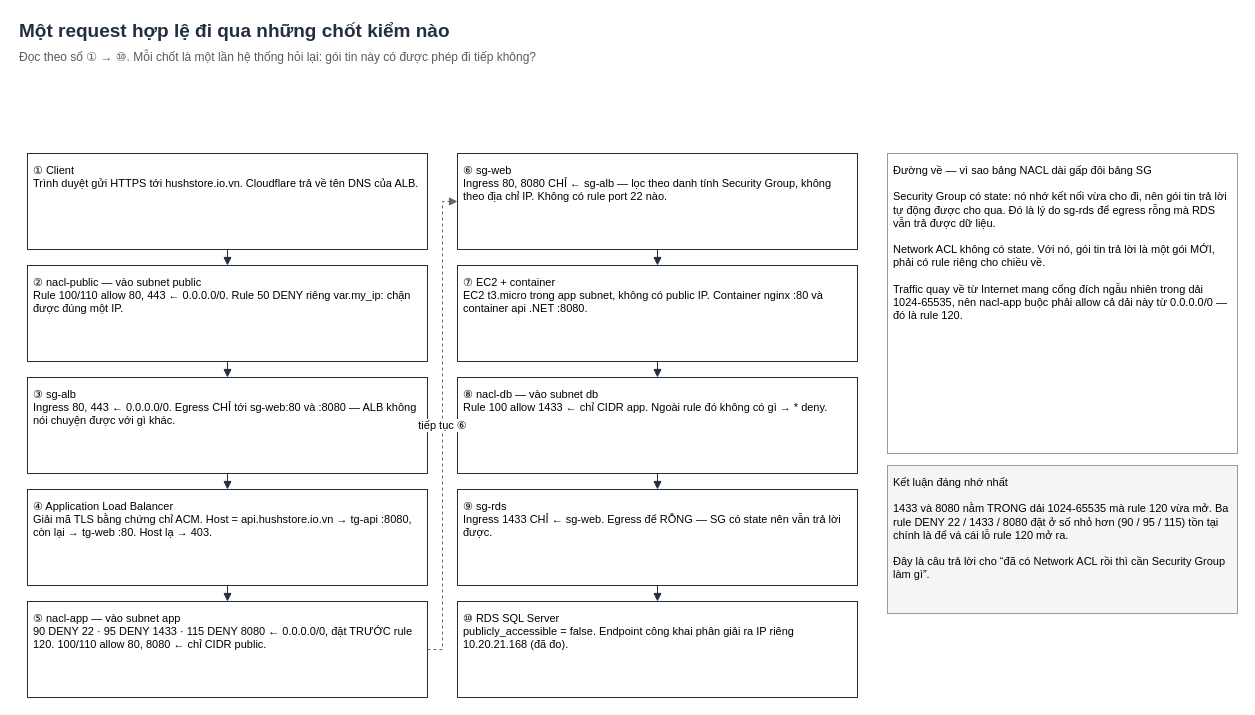
This is page "2 — Luồng request đi từ ngoài vào trong" (2 of 3) of docs/diagrams/hushstore-aws-don-gian.drawio from Elmira-Athena/PBL3, a draw.io file, before an edit. Source tidied: cells renumbered, new cells numbered last; positions are measured from the earlier drawing's top-left corner, leaving out a move shared by most shapes. Both pictures are drawn from the tidied source at 100%, with x=0, y=0 at pixel (17, 17).
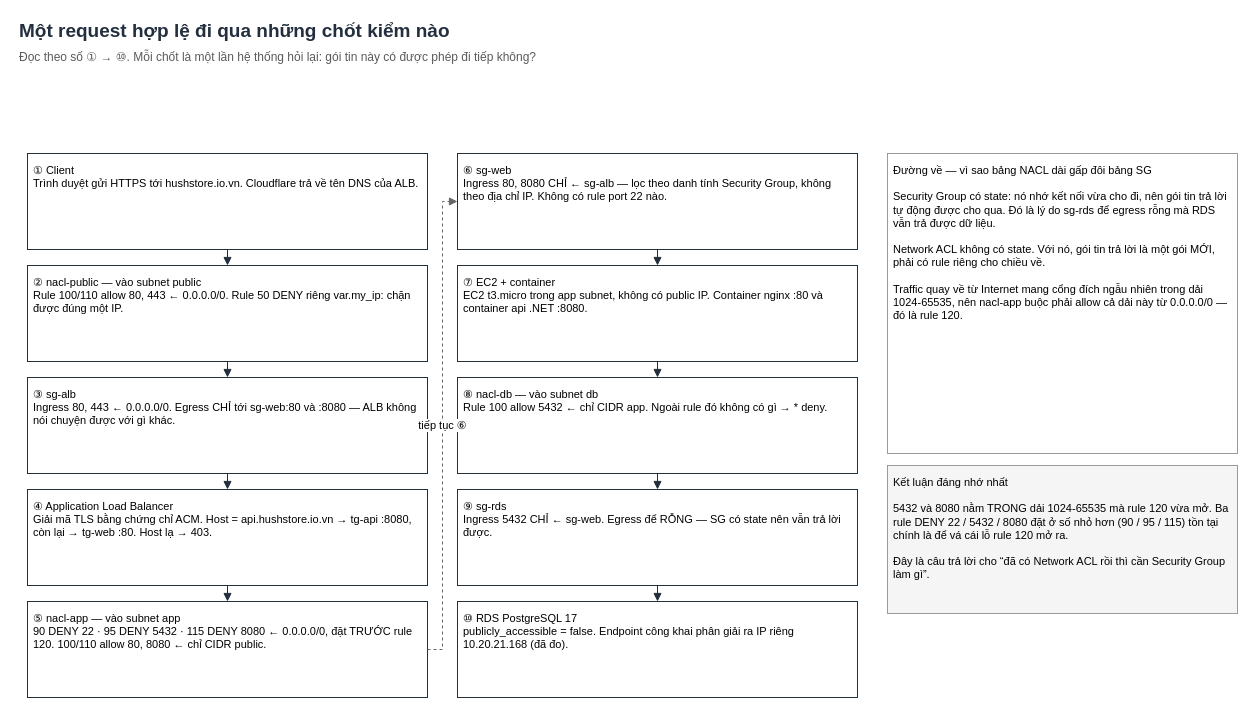
The same page after the edit.

What changed in the source:
```diff
@@
-    <mxCell id="8" value="⑤ nacl-app — vào subnet app&lt;br&gt;90 DENY 22 · 95 DENY 1433 · 115 DENY 8080 ← 0.0.0.0/0, đặt TRƯỚC rule 120. 100/110 allow 80, 8080 ← chỉ CIDR public." style="rounded=0;whiteSpace=wrap;html=1;fillColor=#FFFFFF;strokeColor=#232F3E;align=left;verticalAlign=top;fontSize=11;spacing=6;" parent="1" vertex="1">
+    <mxCell id="8" value="⑤ nacl-app — vào subnet app&lt;br&gt;90 DENY 22 · 95 DENY 5432 · 115 DENY 8080 ← 0.0.0.0/0, đặt TRƯỚC rule 120. 100/110 allow 80, 8080 ← chỉ CIDR public." style="rounded=0;whiteSpace=wrap;html=1;fillColor=#FFFFFF;strokeColor=#232F3E;align=left;verticalAlign=top;fontSize=11;spacing=6;" parent="1" vertex="1">
       <mxGeometry x="10" y="584" width="400" height="96" as="geometry" />
     </mxCell>
@@
-    <mxCell id="11" value="⑧ nacl-db — vào subnet db&lt;br&gt;Rule 100 allow 1433 ← chỉ CIDR app. Ngoài rule đó không có gì → * deny." style="rounded=0;whiteSpace=wrap;html=1;fillColor=#FFFFFF;strokeColor=#232F3E;align=left;verticalAlign=top;fontSize=11;spacing=6;" parent="1" vertex="1">
+    <mxCell id="11" value="⑧ nacl-db — vào subnet db&lt;br&gt;Rule 100 allow 5432 ← chỉ CIDR app. Ngoài rule đó không có gì → * deny." style="rounded=0;whiteSpace=wrap;html=1;fillColor=#FFFFFF;strokeColor=#232F3E;align=left;verticalAlign=top;fontSize=11;spacing=6;" parent="1" vertex="1">
       <mxGeometry x="440" y="360" width="400" height="96" as="geometry" />
     </mxCell>
-    <mxCell id="12" value="⑨ sg-rds&lt;br&gt;Ingress 1433 CHỈ ← sg-web. Egress để RỖNG — SG có state nên vẫn trả lời được." style="rounded=0;whiteSpace=wrap;html=1;fillColor=#FFFFFF;strokeColor=#232F3E;align=left;verticalAlign=top;fontSize=11;spacing=6;" parent="1" vertex="1">
+    <mxCell id="12" value="⑨ sg-rds&lt;br&gt;Ingress 5432 CHỈ ← sg-web. Egress để RỖNG — SG có state nên vẫn trả lời được." style="rounded=0;whiteSpace=wrap;html=1;fillColor=#FFFFFF;strokeColor=#232F3E;align=left;verticalAlign=top;fontSize=11;spacing=6;" parent="1" vertex="1">
       <mxGeometry x="440" y="472" width="400" height="96" as="geometry" />
     </mxCell>
-    <mxCell id="13" value="⑩ RDS SQL Server&lt;br&gt;publicly_accessible = false. Endpoint công khai phân giải ra IP riêng 10.20.21.168 (đã đo)." style="rounded=0;whiteSpace=wrap;html=1;fillColor=#FFFFFF;strokeColor=#232F3E;align=left;verticalAlign=top;fontSize=11;spacing=6;" parent="1" vertex="1">
+    <mxCell id="13" value="⑩ RDS PostgreSQL 17&lt;br&gt;publicly_accessible = false. Endpoint công khai phân giải ra IP riêng 10.20.21.168 (đã đo)." style="rounded=0;whiteSpace=wrap;html=1;fillColor=#FFFFFF;strokeColor=#232F3E;align=left;verticalAlign=top;fontSize=11;spacing=6;" parent="1" vertex="1">
       <mxGeometry x="440" y="584" width="400" height="96" as="geometry" />
     </mxCell>
@@
-    <mxCell id="24" value="Kết luận đáng nhớ nhất&lt;br&gt;&lt;br&gt;1433 và 8080 nằm TRONG dải 1024-65535 mà rule 120 vừa mở. Ba rule DENY 22 / 1433 / 8080 đặt ở số nhỏ hơn (90 / 95 / 115) tồn tại chính là để vá cái lỗ rule 120 mở ra.&lt;br&gt;&lt;br&gt;Đây là câu trả lời cho “đã có Network ACL rồi thì cần Security Group làm gì”." style="rounded=0;whiteSpace=wrap;html=1;fillColor=#F5F5F5;strokeColor=#9A9A9A;align=left;verticalAlign=top;fontSize=11;spacing=6;" parent="1" vertex="1">
+    <mxCell id="24" value="Kết luận đáng nhớ nhất&lt;br&gt;&lt;br&gt;5432 và 8080 nằm TRONG dải 1024-65535 mà rule 120 vừa mở. Ba rule DENY 22 / 5432 / 8080 đặt ở số nhỏ hơn (90 / 95 / 115) tồn tại chính là để vá cái lỗ rule 120 mở ra.&lt;br&gt;&lt;br&gt;Đây là câu trả lời cho “đã có Network ACL rồi thì cần Security Group làm gì”." style="rounded=0;whiteSpace=wrap;html=1;fillColor=#F5F5F5;strokeColor=#9A9A9A;align=left;verticalAlign=top;fontSize=11;spacing=6;" parent="1" vertex="1">
       <mxGeometry x="870" y="448" width="350" height="148" as="geometry" />
     </mxCell>
```
